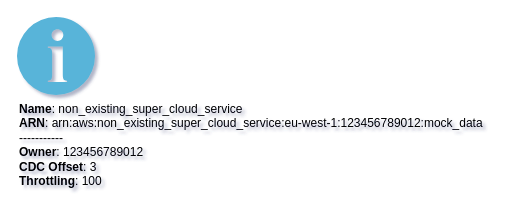
Above: docs/docs/core-components/output/drawio/fallback_vertex.drawio in tsypuk/multicloud-diagrams (draw.io), before the change. Source tidied: cells renumbered, new cells numbered last; positions are measured from the earlier drawing's top-left corner, leaving out a move shared by most shapes. Both pictures are drawn from the tidied source at 100%, with x=0, y=0 at pixel (17, 17).
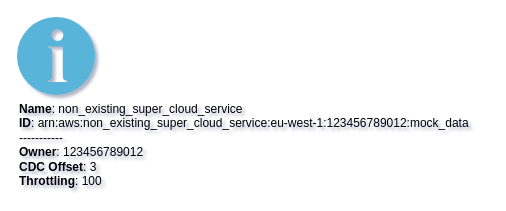
The same diagram, later.

Change to the diagram source:
```diff
@@
 <mxGraphModel shadow="1">
   <root>
     <mxCell id="0" />
     <mxCell id="1" parent="0" />
-    <mxCell id="2" value="&lt;b&gt;Name&lt;/b&gt;: non_existing_super_cloud_service&lt;BR&gt;&lt;b&gt;ARN&lt;/b&gt;: arn:aws:non_existing_super_cloud_service:eu-west-1:123456789012:mock_data&lt;BR&gt;-----------&lt;BR&gt;&lt;b&gt;Owner&lt;/b&gt;: 123456789012&lt;BR&gt;&lt;b&gt;CDC Offset&lt;/b&gt;: 3&lt;BR&gt;&lt;b&gt;Throttling&lt;/b&gt;: 100" style="sketch=0;html=1;align=left;image;fontSize=12;image=img/lib/mscae/Info.svg;labelBackgroundColor=none;" parent="1" vertex="1">
+    <mxCell id="2" value="&lt;b&gt;Name&lt;/b&gt;: non_existing_super_cloud_service&lt;BR&gt;&lt;b&gt;ID&lt;/b&gt;: arn:aws:non_existing_super_cloud_service:eu-west-1:123456789012:mock_data&lt;BR&gt;-----------&lt;BR&gt;&lt;b&gt;Owner&lt;/b&gt;: 123456789012&lt;BR&gt;&lt;b&gt;CDC Offset&lt;/b&gt;: 3&lt;BR&gt;&lt;b&gt;Throttling&lt;/b&gt;: 100" style="sketch=0;html=1;align=left;image;fontSize=12;image=img/lib/mscae/Info.svg;labelBackgroundColor=none;" parent="1" vertex="1">
       <mxGeometry width="78" height="78" as="geometry" />
     </mxCell>
   </root>
 </mxGraphModel>
```
